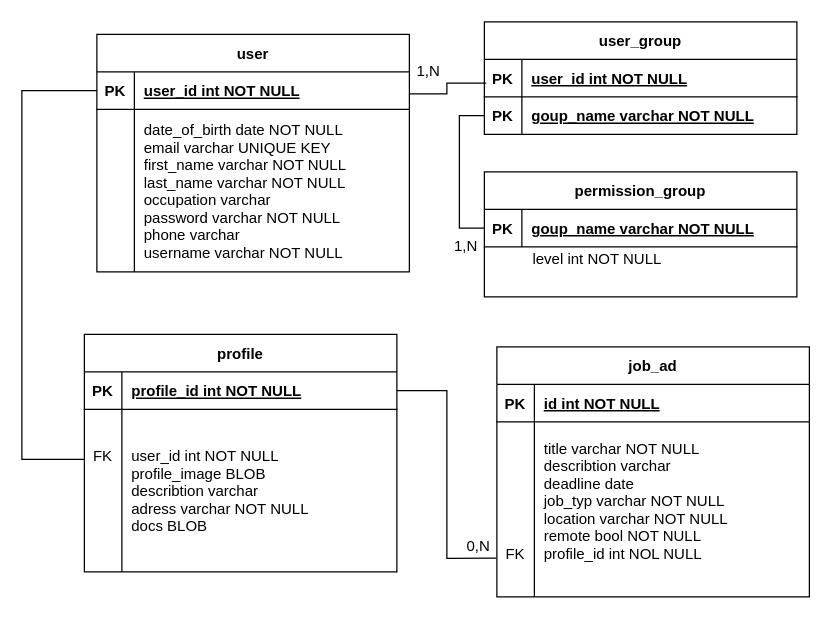
This is page "Logisch" (1 of 2) of doc/diagram/ERDiagram.drawio from KlaraGolubovic/SE02, a draw.io file, before an edit. Source tidied: cells renumbered, new cells numbered last; positions are measured from the earlier drawing's top-left corner, leaving out a move shared by most shapes. Both pictures are drawn from the tidied source at 125%, with x=0, y=0 at pixel (21, 21).
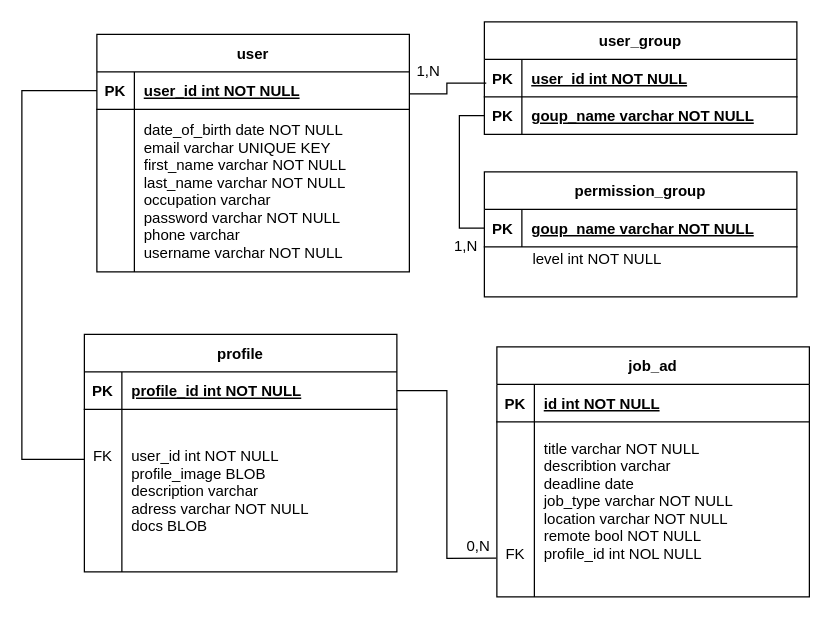
The same page after the edit.

Commit message:
update ER: add semantic model

Unchanged cells that the change refers to:
```xml
<mxCell id="25" style="shape=partialRectangle;fillColor=none;points=[[0,0.5],[1,0.5]];portConstraint=eastwest;top=0;left=0;right=0;bottom=0;" parent="21" vertex="1">
  <mxGeometry y="60" width="250" height="140" as="geometry" />
</mxCell>
<mxCell id="32" style="shape=partialRectangle;fillColor=none;points=[[0,0.5],[1,0.5]];portConstraint=eastwest;top=0;left=0;right=0;bottom=0;" parent="28" vertex="1">
  <mxGeometry y="60" width="250" height="130" as="geometry" />
</mxCell>
```

Change to the diagram source:
```diff
@@
-    <mxCell id="27" value="title varchar NOT NULL&#10;describtion varchar&#10;deadline date&#10;job_typ varchar NOT NULL&#10;location varchar NOT NULL&#10;remote bool NOT NULL&#10;profile_id int NOL NULL&#10;" style="shape=partialRectangle;overflow=hidden;fillColor=none;top=0;left=0;bottom=0;right=0;align=left;spacingLeft=6;" parent="25" vertex="1">
+    <mxCell id="27" value="title varchar NOT NULL&#10;describtion varchar&#10;deadline date&#10;job_type varchar NOT NULL&#10;location varchar NOT NULL&#10;remote bool NOT NULL&#10;profile_id int NOL NULL&#10;" style="shape=partialRectangle;overflow=hidden;fillColor=none;top=0;left=0;bottom=0;right=0;align=left;spacingLeft=6;" parent="25" vertex="1">
       <mxGeometry x="30" width="220" height="140" as="geometry" />
     </mxCell>
@@
-    <mxCell id="34" value="user_id int NOT NULL&#10;profile_image BLOB&#10;describtion varchar &#10;adress varchar NOT NULL&#10;docs BLOB" style="shape=partialRectangle;overflow=hidden;fillColor=none;top=0;left=0;bottom=0;right=0;align=left;spacingLeft=6;" parent="32" vertex="1">
+    <mxCell id="34" value="user_id int NOT NULL&#10;profile_image BLOB&#10;description varchar &#10;adress varchar NOT NULL&#10;docs BLOB" style="shape=partialRectangle;overflow=hidden;fillColor=none;top=0;left=0;bottom=0;right=0;align=left;spacingLeft=6;" parent="32" vertex="1">
       <mxGeometry x="30" width="220" height="130" as="geometry" />
     </mxCell>
```
